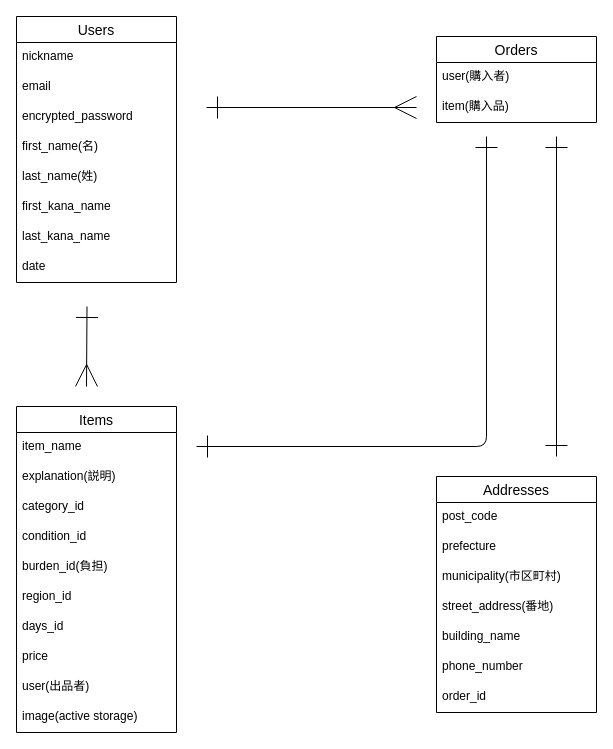
The draw.io diagram database_blueprint.dio in fukumochi-0110/furima-39163, before the edit. Source tidied: cells renumbered, new cells numbered last; positions are measured from the earlier drawing's top-left corner, leaving out a move shared by most shapes. Both pictures are drawn from the tidied source at 100%, with x=0, y=0 at pixel (16, 16).
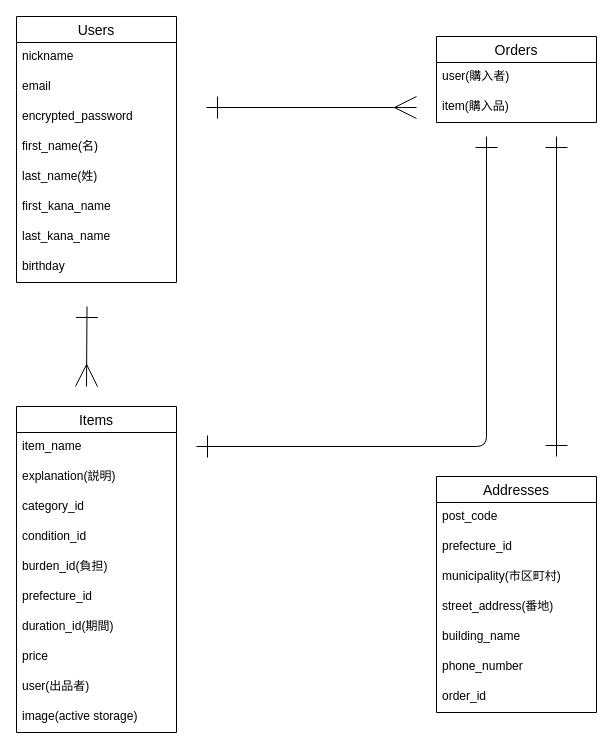
The same diagram, later.

Commit message (it also covers changes not shown here):
データベース設計修正(birthday|date, prefectureに統一等)

The change refers to these unchanged cells:
```xml
<mxCell id="2" value="Users" style="swimlane;fontStyle=0;horizontal=1;startSize=26;align=center;fontSize=14;" parent="1" vertex="1">
  <mxGeometry width="160" height="266" as="geometry" />
</mxCell>
<mxCell id="11" value="Items" style="swimlane;fontStyle=0;horizontal=1;startSize=26;align=center;fontSize=14;" parent="1" vertex="1">
  <mxGeometry y="390" width="160" height="326" as="geometry" />
</mxCell>
<mxCell id="29" value="Addresses" style="swimlane;fontStyle=0;horizontal=1;startSize=26;align=center;fontSize=14;" parent="1" vertex="1">
  <mxGeometry x="420" y="460" width="160" height="236" as="geometry" />
</mxCell>
```

The edit, as a diff of the source:
```diff
@@
-    <mxCell id="10" value="date" style="text;strokeColor=none;fillColor=none;spacingLeft=4;spacingRight=4;overflow=hidden;fontSize=12;" parent="2" vertex="1">
+    <mxCell id="10" value="birthday" style="text;strokeColor=none;fillColor=none;spacingLeft=4;spacingRight=4;overflow=hidden;fontSize=12;" parent="2" vertex="1">
       <mxGeometry y="236" width="160" height="30" as="geometry" />
     </mxCell>
@@
-    <mxCell id="17" value="region_id" style="text;strokeColor=none;fillColor=none;spacingLeft=4;spacingRight=4;overflow=hidden;fontSize=12;" parent="11" vertex="1">
+    <mxCell id="17" value="prefecture_id" style="text;strokeColor=none;fillColor=none;spacingLeft=4;spacingRight=4;overflow=hidden;fontSize=12;" parent="11" vertex="1">
       <mxGeometry y="176" width="160" height="30" as="geometry" />
     </mxCell>
-    <mxCell id="18" value="days_id" style="text;strokeColor=none;fillColor=none;spacingLeft=4;spacingRight=4;overflow=hidden;fontSize=12;" parent="11" vertex="1">
+    <mxCell id="18" value="duration_id(期間)" style="text;strokeColor=none;fillColor=none;spacingLeft=4;spacingRight=4;overflow=hidden;fontSize=12;" parent="11" vertex="1">
       <mxGeometry y="206" width="160" height="30" as="geometry" />
     </mxCell>
@@
-    <mxCell id="31" value="prefecture" style="text;strokeColor=none;fillColor=none;spacingLeft=4;spacingRight=4;overflow=hidden;fontSize=12;" parent="29" vertex="1">
+    <mxCell id="31" value="prefecture_id" style="text;strokeColor=none;fillColor=none;spacingLeft=4;spacingRight=4;overflow=hidden;fontSize=12;" parent="29" vertex="1">
       <mxGeometry y="56" width="160" height="30" as="geometry" />
     </mxCell>
```
